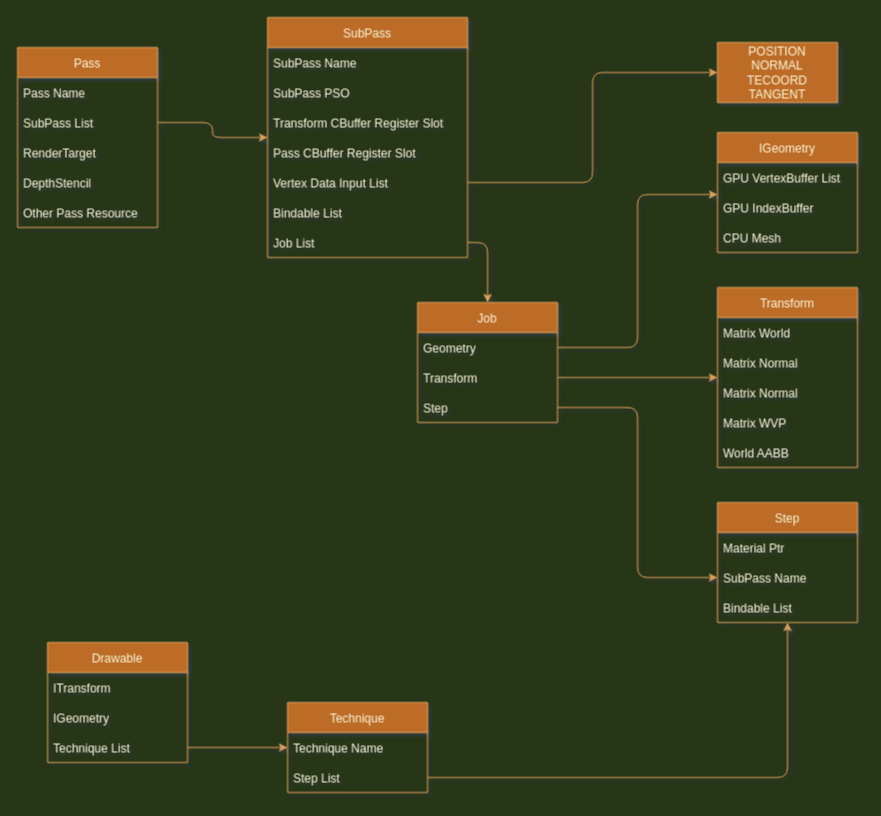
This is RenderGraph/Doc/JobSystem.drawio from shenxin-karl/Dx12Renderer, a draw.io file, before an edit. Source tidied: cells renumbered, new cells numbered last; positions are measured from the earlier drawing's top-left corner, leaving out a move shared by most shapes. Both pictures are drawn from the tidied source at 100%, with x=0, y=0 at pixel (17, 17).
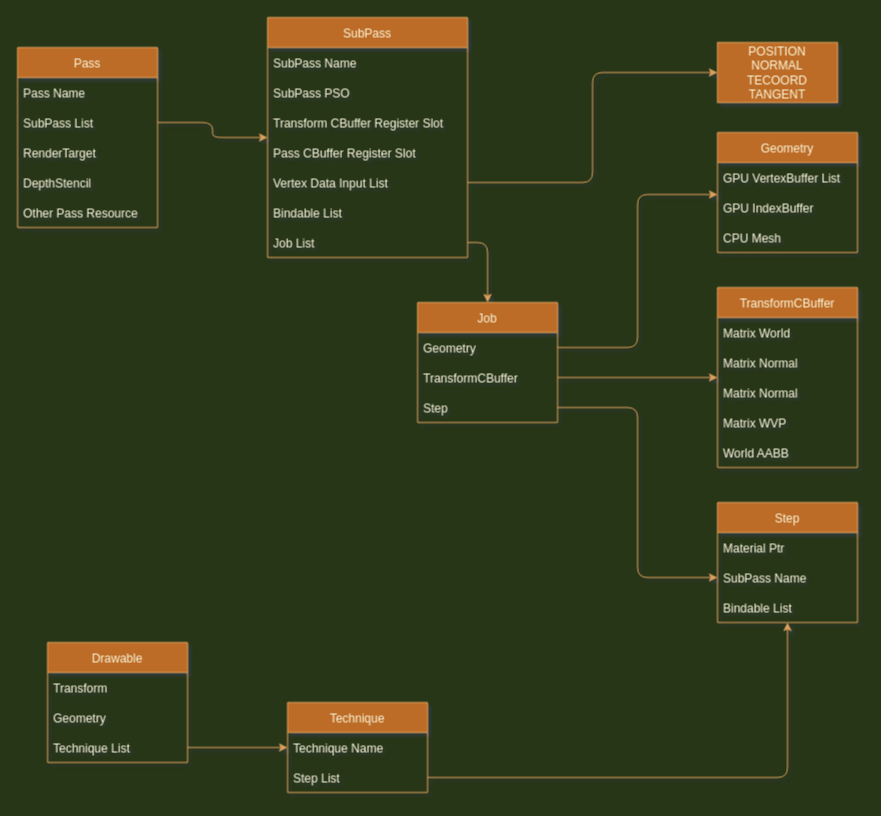
After the change.

Commit message:
修改 JobSystem 的类图

Unchanged cells that the change refers to:
```xml
<mxCell id="16" value="Job" style="swimlane;fontStyle=0;horizontal=1;startSize=30;rounded=0;sketch=0;fontColor=#FEFAE0;strokeColor=#DDA15E;fillColor=#BC6C25;" parent="1" vertex="1">
  <mxGeometry x="400" y="285" width="140" height="120" as="geometry" />
</mxCell>
<mxCell id="41" value="Drawable" style="swimlane;fontStyle=0;horizontal=1;startSize=30;rounded=0;sketch=0;fontColor=#FEFAE0;strokeColor=#DDA15E;fillColor=#BC6C25;" parent="1" vertex="1">
  <mxGeometry x="30" y="625" width="140" height="120" as="geometry" />
</mxCell>
```

Change to the diagram source:
```diff
@@
-    <mxCell id="18" value="Transform" style="text;strokeColor=none;fillColor=none;align=left;verticalAlign=middle;spacingLeft=4;spacingRight=4;overflow=hidden;points=[[0,0.5],[1,0.5]];portConstraint=eastwest;rounded=0;sketch=0;fontColor=#FEFAE0;" parent="16" vertex="1">
+    <mxCell id="18" value="TransformCBuffer" style="text;strokeColor=none;fillColor=none;align=left;verticalAlign=middle;spacingLeft=4;spacingRight=4;overflow=hidden;points=[[0,0.5],[1,0.5]];portConstraint=eastwest;rounded=0;sketch=0;fontColor=#FEFAE0;" parent="16" vertex="1">
       <mxGeometry y="60" width="140" height="30" as="geometry" />
     </mxCell>
@@
-    <mxCell id="21" value="IGeometry" style="swimlane;fontStyle=0;horizontal=1;startSize=30;rounded=0;sketch=0;fontColor=#FEFAE0;strokeColor=#DDA15E;fillColor=#BC6C25;" parent="1" vertex="1">
+    <mxCell id="21" value="Geometry" style="swimlane;fontStyle=0;horizontal=1;startSize=30;rounded=0;sketch=0;fontColor=#FEFAE0;strokeColor=#DDA15E;fillColor=#BC6C25;" parent="1" vertex="1">
       <mxGeometry x="700" y="115" width="140" height="120" as="geometry" />
     </mxCell>
@@
-    <mxCell id="25" value="Transform" style="swimlane;fontStyle=0;horizontal=1;startSize=30;rounded=0;sketch=0;fontColor=#FEFAE0;strokeColor=#DDA15E;fillColor=#BC6C25;" parent="1" vertex="1">
+    <mxCell id="25" value="TransformCBuffer" style="swimlane;fontStyle=0;horizontal=1;startSize=30;rounded=0;sketch=0;fontColor=#FEFAE0;strokeColor=#DDA15E;fillColor=#BC6C25;" parent="1" vertex="1">
       <mxGeometry x="700" y="270" width="140" height="180" as="geometry" />
     </mxCell>
@@
-    <mxCell id="42" value="ITransform" style="text;strokeColor=none;fillColor=none;align=left;verticalAlign=middle;spacingLeft=4;spacingRight=4;overflow=hidden;rounded=0;sketch=0;fontColor=#FEFAE0;" parent="41" vertex="1">
+    <mxCell id="42" value="Transform" style="text;strokeColor=none;fillColor=none;align=left;verticalAlign=middle;spacingLeft=4;spacingRight=4;overflow=hidden;rounded=0;sketch=0;fontColor=#FEFAE0;" parent="41" vertex="1">
       <mxGeometry y="30" width="140" height="30" as="geometry" />
     </mxCell>
-    <mxCell id="43" value="IGeometry" style="text;strokeColor=none;fillColor=none;align=left;verticalAlign=middle;spacingLeft=4;spacingRight=4;overflow=hidden;rounded=0;sketch=0;fontColor=#FEFAE0;" parent="41" vertex="1">
+    <mxCell id="43" value="Geometry" style="text;strokeColor=none;fillColor=none;align=left;verticalAlign=middle;spacingLeft=4;spacingRight=4;overflow=hidden;rounded=0;sketch=0;fontColor=#FEFAE0;" parent="41" vertex="1">
       <mxGeometry y="60" width="140" height="30" as="geometry" />
     </mxCell>
```
